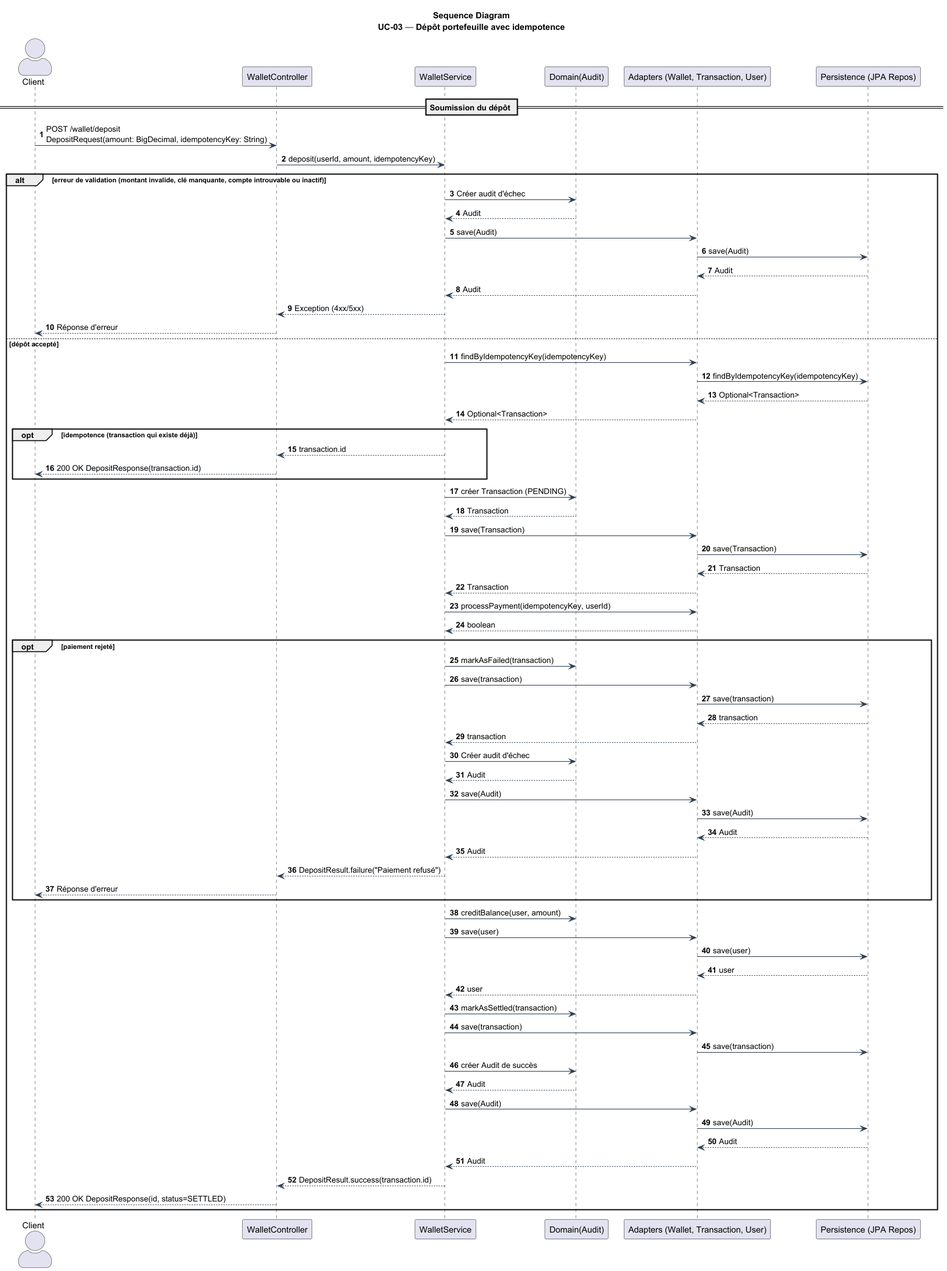
Before: docs/architecture/4+1/processView/sequenceDiagrams/sequenceDiagramUC03.png, a diagram exported from PlantUML (Hugo-12341234/BrokerX_MicroServices). Source of this version:
```plantuml
@startuml

title Sequence Diagram\nUC-03 — Dépôt portefeuille avec idempotence

skinparam ParticipantPadding 8
skinparam BoxPadding 6
skinparam Shadowing false
skinparam ArrowColor #2c3e50
skinparam ActorStyle awesome
autonumber

actor Client
participant WalletController
participant WalletService
participant "Domain(Audit)" as Domain
participant "Adapters (Wallet, Transaction, User)" as Adapters
participant "Persistence (JPA Repos)" as Persistence

== Soumission du dépôt ==
Client -> WalletController: POST /wallet/deposit\nDepositRequest(amount: BigDecimal, idempotencyKey: String)
WalletController -> WalletService: deposit(userId, amount, idempotencyKey)

alt erreur de validation (montant invalide, clé manquante, compte introuvable ou inactif)
  WalletService -> Domain: Créer audit d'échec
  Domain --> WalletService: Audit
  WalletService -> Adapters: save(Audit)
    Adapters -> Persistence: save(Audit)
    Persistence --> Adapters: Audit
    Adapters --> WalletService: Audit
  WalletService --> WalletController: Exception (4xx/5xx)
  WalletController --> Client: Réponse d'erreur
else dépôt accepté
    WalletService -> Adapters: findByIdempotencyKey(idempotencyKey)
    Adapters -> Persistence: findByIdempotencyKey(idempotencyKey)
    Persistence --> Adapters: Optional<Transaction>
    Adapters --> WalletService: Optional<Transaction>
  opt idempotence (transaction qui existe déjà)
    WalletService --> WalletController: transaction.id
    WalletController --> Client: 200 OK DepositResponse(transaction.id)
  end

  WalletService -> Domain: créer Transaction (PENDING)
    Domain --> WalletService: Transaction
    WalletService -> Adapters: save(Transaction)
  Adapters -> Persistence: save(Transaction)
  Persistence --> Adapters: Transaction
  Adapters --> WalletService: Transaction

  WalletService -> Adapters: processPayment(idempotencyKey, userId)
  Adapters --> WalletService: boolean

  opt paiement rejeté
    WalletService -> Domain: markAsFailed(transaction)
    WalletService -> Adapters: save(transaction)
    Adapters -> Persistence: save(transaction)
    Persistence --> Adapters: transaction
    Adapters --> WalletService: transaction
    WalletService -> Domain: Créer audit d'échec
    Domain --> WalletService: Audit
    WalletService -> Adapters: save(Audit)
    Adapters -> Persistence: save(Audit)
    Persistence --> Adapters: Audit
    Adapters --> WalletService: Audit
    WalletService --> WalletController: DepositResult.failure("Paiement refusé")
    WalletController --> Client: Réponse d'erreur
   end

  WalletService -> Domain: creditBalance(user, amount)
  WalletService -> Adapters: save(user)
  Adapters -> Persistence: save(user)
  Persistence --> Adapters: user
  Adapters --> WalletService: user

    WalletService -> Domain: markAsSettled(transaction)
    WalletService -> Adapters: save(transaction)
    Adapters -> Persistence: save(transaction)

  WalletService -> Domain: créer Audit de succès
    Domain --> WalletService: Audit
    WalletService -> Adapters: save(Audit)
  Adapters -> Persistence: save(Audit)
  Persistence --> Adapters: Audit
  Adapters --> WalletService: Audit

  WalletService --> WalletController: DepositResult.success(transaction.id)
  WalletController --> Client: 200 OK DepositResponse(id, status=SETTLED)
end

@enduml
```
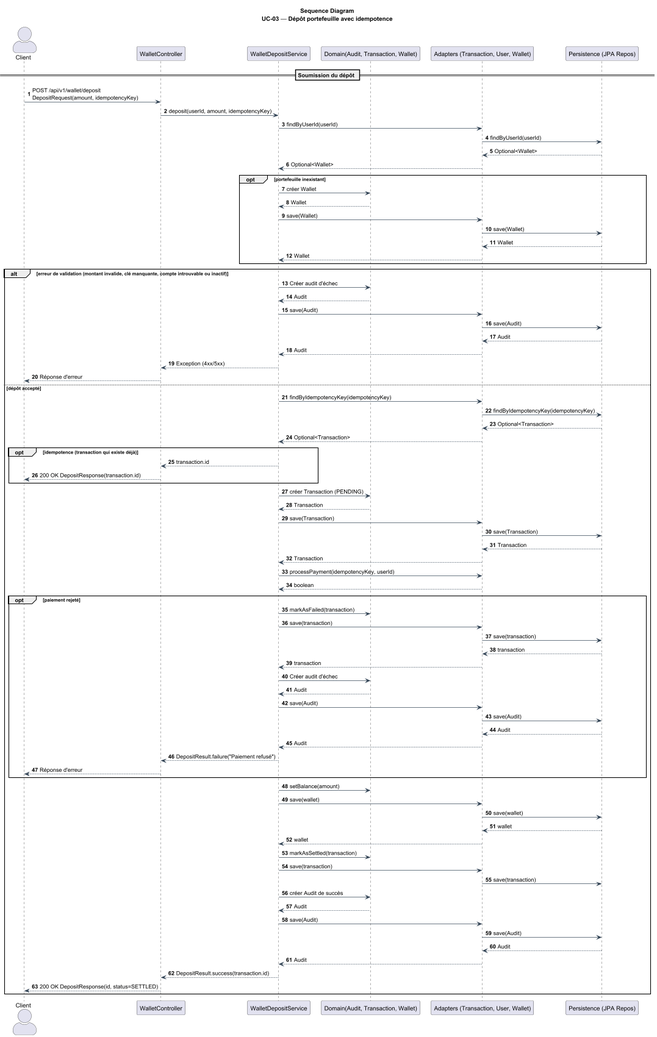
Above is the later version.

Diff of the diagram source:
```diff
@@ -11,14 +11,27 @@
 
 actor Client
 participant WalletController
-participant WalletService
-participant "Domain(Audit)" as Domain
-participant "Adapters (Wallet, Transaction, User)" as Adapters
+participant WalletDepositService as WalletService
+participant "Domain(Audit, Transaction, Wallet)" as Domain
+participant "Adapters (Transaction, User, Wallet)" as Adapters
 participant "Persistence (JPA Repos)" as Persistence
 
 == Soumission du dépôt ==
-Client -> WalletController: POST /wallet/deposit\nDepositRequest(amount: BigDecimal, idempotencyKey: String)
+Client -> WalletController: POST /api/v1/wallet/deposit\nDepositRequest(amount, idempotencyKey)
 WalletController -> WalletService: deposit(userId, amount, idempotencyKey)
+
+WalletService -> Adapters: findByUserId(userId)
+Adapters -> Persistence: findByUserId(userId)
+Persistence --> Adapters: Optional<Wallet>
+Adapters --> WalletService: Optional<Wallet>
+opt portefeuille inexistant
+    WalletService -> Domain: créer Wallet
+    Domain --> WalletService: Wallet
+    WalletService -> Adapters: save(Wallet)
+    Adapters -> Persistence: save(Wallet)
+    Persistence --> Adapters: Wallet
+    Adapters --> WalletService: Wallet
+end
 
 alt erreur de validation (montant invalide, clé manquante, compte introuvable ou inactif)
   WalletService -> Domain: Créer audit d'échec
@@ -65,11 +78,11 @@
     WalletController --> Client: Réponse d'erreur
    end
 
-  WalletService -> Domain: creditBalance(user, amount)
-  WalletService -> Adapters: save(user)
-  Adapters -> Persistence: save(user)
-  Persistence --> Adapters: user
-  Adapters --> WalletService: user
+  WalletService -> Domain: setBalance(amount)
+  WalletService -> Adapters: save(wallet)
+  Adapters -> Persistence: save(wallet)
+  Persistence --> Adapters: wallet
+  Adapters --> WalletService: wallet
 
     WalletService -> Domain: markAsSettled(transaction)
     WalletService -> Adapters: save(transaction)
```
